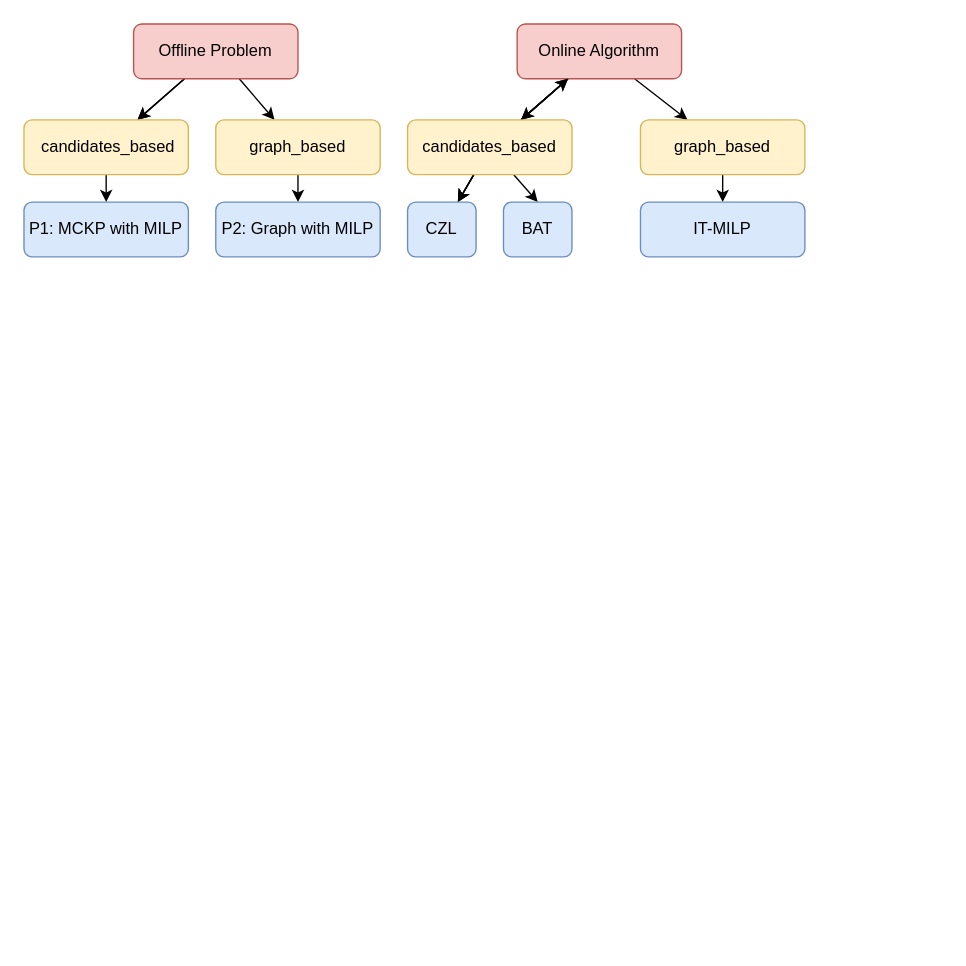
Earlier version of the draw.io diagram structure.drawio (abdohamdy7/competitive-online-algorithms-motion-planning). Source tidied: cells renumbered, new cells numbered last; positions are measured from the earlier drawing's top-left corner, leaving out a move shared by most shapes. Both pictures are drawn from the tidied source at 137%, with x=0, y=0 at pixel (23, 23).
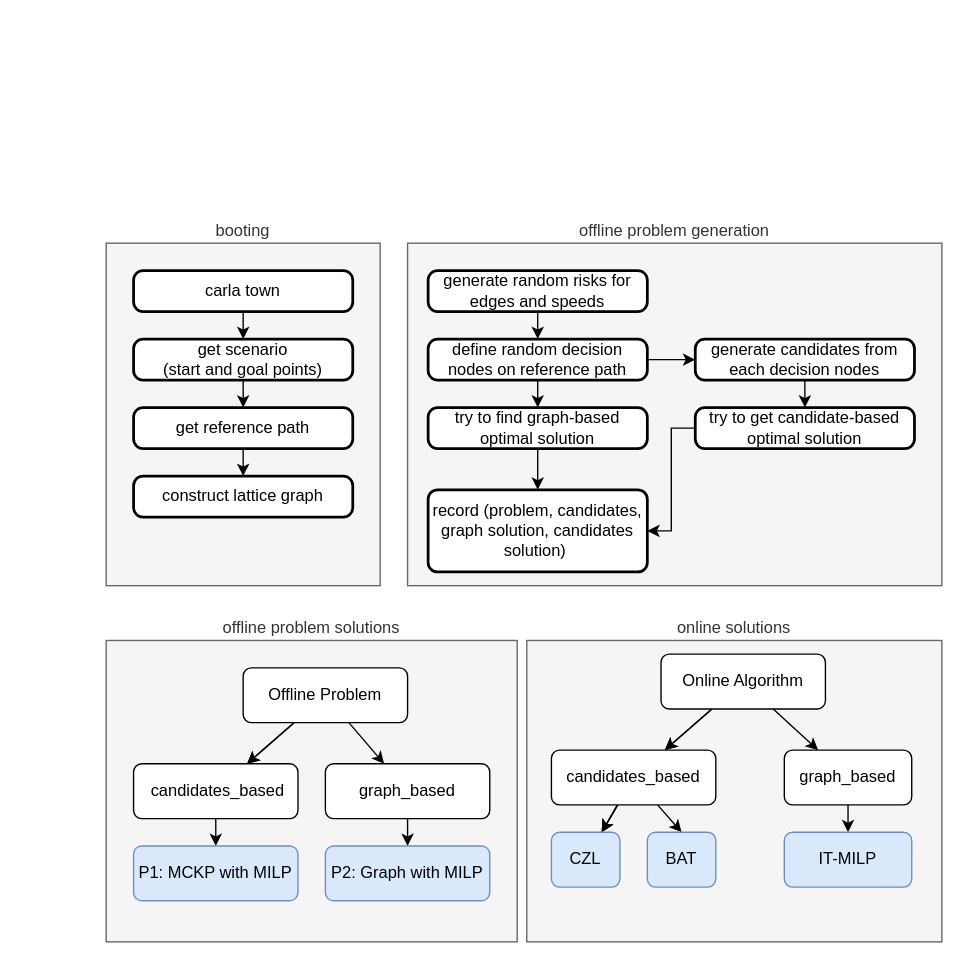
Above is the later version.

The edit, as a diff of the source:
```diff
@@
-    <mxCell id="2" style="edgeStyle=none;html=1;" parent="1" edge="1" source="5" target="7">
-      <mxGeometry relative="1" as="geometry" />
-    </mxCell>
-    <mxCell id="3" style="edgeStyle=none;html=1;" parent="1" edge="1" source="5" target="7">
-      <mxGeometry relative="1" as="geometry" />
-    </mxCell>
-    <mxCell id="4" style="edgeStyle=none;html=1;" parent="1" edge="1" source="5" target="9">
-      <mxGeometry relative="1" as="geometry" />
-    </mxCell>
+    <mxCell id="28" value="booting" style="rounded=0;whiteSpace=wrap;html=1;fillColor=#f5f5f5;strokeColor=#666666;fontColor=#333333;labelPosition=center;verticalLabelPosition=top;align=center;verticalAlign=bottom;" parent="1" vertex="1">
+      <mxGeometry x="60" y="160" width="200" height="250" as="geometry" />
+    </mxCell>
+    <mxCell id="29" style="edgeStyle=none;html=1;entryX=0.5;entryY=0;entryDx=0;entryDy=0;" parent="1" edge="1" source="30" target="32">
+      <mxGeometry relative="1" as="geometry" />
+    </mxCell>
+    <mxCell id="30" value="carla town" style="rounded=1;whiteSpace=wrap;html=1;absoluteArcSize=1;arcSize=14;strokeWidth=2;" parent="1" vertex="1">
+      <mxGeometry x="80" y="180" width="160" height="30" as="geometry" />
+    </mxCell>
+    <mxCell id="31" style="edgeStyle=none;html=1;" parent="1" edge="1" source="32" target="34">
+      <mxGeometry relative="1" as="geometry" />
+    </mxCell>
+    <mxCell id="32" value="get scenario&lt;div&gt;(start and goal points)&lt;/div&gt;" style="rounded=1;whiteSpace=wrap;html=1;absoluteArcSize=1;arcSize=14;strokeWidth=2;" parent="1" vertex="1">
+      <mxGeometry x="80" y="230" width="160" height="30" as="geometry" />
+    </mxCell>
+    <mxCell id="33" style="edgeStyle=none;html=1;" parent="1" edge="1" source="34" target="35">
+      <mxGeometry relative="1" as="geometry" />
+    </mxCell>
+    <mxCell id="34" value="get reference path" style="rounded=1;whiteSpace=wrap;html=1;absoluteArcSize=1;arcSize=14;strokeWidth=2;" parent="1" vertex="1">
+      <mxGeometry x="80" y="280" width="160" height="30" as="geometry" />
+    </mxCell>
+    <mxCell id="35" value="construct lattice graph" style="rounded=1;whiteSpace=wrap;html=1;absoluteArcSize=1;arcSize=14;strokeWidth=2;" parent="1" vertex="1">
+      <mxGeometry x="80" y="330" width="160" height="30" as="geometry" />
+    </mxCell>
+    <mxCell id="36" style="group;" parent="1" vertex="1">
+      <mxGeometry x="60" y="450" width="300" height="220" as="geometry" />
+    </mxCell>
+    <mxCell id="37" value="offline problem solutions" style="rounded=0;whiteSpace=wrap;html=1;fillColor=#f5f5f5;fontColor=#333333;strokeColor=#666666;labelPosition=center;verticalLabelPosition=top;align=center;verticalAlign=bottom;" parent="36" vertex="1">
+      <mxGeometry width="300" height="220" as="geometry" />
+    </mxCell>
+    <mxCell id="38" style="edgeStyle=none;html=1;" parent="36" edge="1" source="5" target="42">
+      <mxGeometry relative="1" as="geometry" />
+    </mxCell>
+    <mxCell id="39" style="edgeStyle=none;html=1;" parent="36" edge="1" source="5" target="42">
+      <mxGeometry relative="1" as="geometry" />
+    </mxCell>
+    <mxCell id="40" style="edgeStyle=none;html=1;" parent="36" edge="1" source="5" target="44">
+      <mxGeometry relative="1" as="geometry" />
+    </mxCell>
-    <mxCell id="5" value="Offline Problem" style="rounded=1;whiteSpace=wrap;html=1;fillColor=#f8cecc;strokeColor=#b85450;" parent="1" vertex="1">
-      <mxGeometry x="80" width="120" height="40" as="geometry" />
+    <mxCell id="5" value="Offline Problem" style="rounded=1;whiteSpace=wrap;html=1;" parent="36" vertex="1">
+      <mxGeometry x="100" y="20" width="120" height="40" as="geometry" />
     </mxCell>
-    <mxCell id="6" style="edgeStyle=none;html=1;" parent="1" edge="1" source="7" target="26">
-      <mxGeometry relative="1" as="geometry" />
-    </mxCell>
-    <mxCell id="7" value="&amp;nbsp;candidates_based" style="rounded=1;whiteSpace=wrap;html=1;fillColor=#fff2cc;strokeColor=#d6b656;" parent="1" vertex="1">
-      <mxGeometry y="70" width="120" height="40" as="geometry" />
-    </mxCell>
-    <mxCell id="8" style="edgeStyle=none;html=1;" parent="1" edge="1" source="9" target="25">
-      <mxGeometry relative="1" as="geometry" />
-    </mxCell>
-    <mxCell id="9" value="graph_based" style="rounded=1;whiteSpace=wrap;html=1;fillColor=#fff2cc;strokeColor=#d6b656;" parent="1" vertex="1">
-      <mxGeometry x="140" y="70" width="120" height="40" as="geometry" />
-    </mxCell>
-    <mxCell id="10" style="edgeStyle=none;html=1;" parent="1" edge="1" source="13" target="20">
-      <mxGeometry relative="1" as="geometry" />
-    </mxCell>
-    <mxCell id="11" style="edgeStyle=none;html=1;" parent="1" edge="1" source="13" target="20">
-      <mxGeometry relative="1" as="geometry" />
-    </mxCell>
-    <mxCell id="12" style="edgeStyle=none;html=1;" parent="1" edge="1" source="13" target="22">
-      <mxGeometry relative="1" as="geometry" />
-    </mxCell>
+    <mxCell id="41" style="edgeStyle=none;html=1;" parent="36" edge="1" source="42" target="26">
+      <mxGeometry relative="1" as="geometry" />
+    </mxCell>
+    <mxCell id="42" value="&amp;nbsp;candidates_based" style="rounded=1;whiteSpace=wrap;html=1;" parent="36" vertex="1">
+      <mxGeometry x="20" y="90" width="120" height="40" as="geometry" />
+    </mxCell>
+    <mxCell id="43" style="edgeStyle=none;html=1;" parent="36" edge="1" source="44" target="25">
+      <mxGeometry relative="1" as="geometry" />
+    </mxCell>
+    <mxCell id="44" value="graph_based" style="rounded=1;whiteSpace=wrap;html=1;" parent="36" vertex="1">
+      <mxGeometry x="160" y="90" width="120" height="40" as="geometry" />
+    </mxCell>
+    <mxCell id="25" value="P2: Graph with MILP" style="rounded=1;whiteSpace=wrap;html=1;fillColor=#dae8fc;strokeColor=#6c8ebf;" parent="36" vertex="1">
+      <mxGeometry x="160" y="150" width="120" height="40" as="geometry" />
+    </mxCell>
+    <mxCell id="26" value="P1: MCKP with MILP" style="rounded=1;whiteSpace=wrap;html=1;fillColor=#dae8fc;strokeColor=#6c8ebf;" parent="36" vertex="1">
+      <mxGeometry x="20" y="150" width="120" height="40" as="geometry" />
+    </mxCell>
+    <mxCell id="45" style="group;" parent="1" vertex="1">
+      <mxGeometry x="367" y="450" width="303" height="220" as="geometry" />
+    </mxCell>
+    <mxCell id="46" value="online solutions" style="rounded=0;whiteSpace=wrap;html=1;fillColor=#f5f5f5;fontColor=#333333;strokeColor=#666666;labelPosition=center;verticalLabelPosition=top;align=center;verticalAlign=bottom;" parent="45" vertex="1">
+      <mxGeometry width="303" height="220" as="geometry" />
+    </mxCell>
+    <mxCell id="47" style="edgeStyle=none;html=1;" parent="45" edge="1" source="13" target="54">
+      <mxGeometry relative="1" as="geometry" />
+    </mxCell>
+    <mxCell id="48" style="edgeStyle=none;html=1;" parent="45" edge="1" source="13" target="54">
+      <mxGeometry relative="1" as="geometry" />
+    </mxCell>
+    <mxCell id="49" style="edgeStyle=none;html=1;" parent="45" edge="1" source="13" target="56">
+      <mxGeometry relative="1" as="geometry" />
+    </mxCell>
-    <mxCell id="13" value="Online Algorithm" style="rounded=1;whiteSpace=wrap;html=1;fillColor=#f8cecc;strokeColor=#b85450;" parent="1" vertex="1">
-      <mxGeometry x="360" width="120" height="40" as="geometry" />
+    <mxCell id="13" value="Online Algorithm" style="rounded=1;whiteSpace=wrap;html=1;" parent="45" vertex="1">
+      <mxGeometry x="98" y="10" width="120" height="40" as="geometry" />
     </mxCell>
-    <mxCell id="14" style="edgeStyle=none;html=1;" parent="1" edge="1" source="20" target="23">
-      <mxGeometry relative="1" as="geometry" />
-    </mxCell>
-    <mxCell id="15" style="edgeStyle=none;html=1;" parent="1" edge="1" source="20" target="23">
-      <mxGeometry relative="1" as="geometry" />
-    </mxCell>
-    <mxCell id="16" style="edgeStyle=none;html=1;" parent="1" edge="1" source="20" target="13">
-      <mxGeometry relative="1" as="geometry" />
-    </mxCell>
-    <mxCell id="17" style="edgeStyle=none;html=1;" parent="1" edge="1" source="20" target="13">
-      <mxGeometry relative="1" as="geometry" />
-    </mxCell>
-    <mxCell id="18" style="edgeStyle=none;html=1;" parent="1" edge="1" source="20" target="23">
-      <mxGeometry relative="1" as="geometry" />
-    </mxCell>
-    <mxCell id="19" style="edgeStyle=none;html=1;entryX=0.5;entryY=0;entryDx=0;entryDy=0;" parent="1" edge="1" source="20" target="24">
-      <mxGeometry relative="1" as="geometry" />
-    </mxCell>
-    <mxCell id="20" value="candidates_based" style="rounded=1;whiteSpace=wrap;html=1;fillColor=#fff2cc;strokeColor=#d6b656;" parent="1" vertex="1">
-      <mxGeometry x="280" y="70" width="120" height="40" as="geometry" />
-    </mxCell>
-    <mxCell id="21" style="edgeStyle=none;html=1;" parent="1" edge="1" source="22" target="27">
-      <mxGeometry relative="1" as="geometry" />
-    </mxCell>
-    <mxCell id="22" value="graph_based" style="rounded=1;whiteSpace=wrap;html=1;fillColor=#fff2cc;strokeColor=#d6b656;" parent="1" vertex="1">
-      <mxGeometry x="450" y="70" width="120" height="40" as="geometry" />
-    </mxCell>
+    <mxCell id="50" style="edgeStyle=none;html=1;" parent="45" edge="1" source="54" target="23">
+      <mxGeometry relative="1" as="geometry" />
+    </mxCell>
+    <mxCell id="51" style="edgeStyle=none;html=1;" parent="45" edge="1" source="54" target="23">
+      <mxGeometry relative="1" as="geometry" />
+    </mxCell>
+    <mxCell id="52" style="edgeStyle=none;html=1;" parent="45" edge="1" source="54" target="23">
+      <mxGeometry relative="1" as="geometry" />
+    </mxCell>
+    <mxCell id="53" style="edgeStyle=none;html=1;entryX=0.5;entryY=0;entryDx=0;entryDy=0;" parent="45" edge="1" source="54" target="24">
+      <mxGeometry relative="1" as="geometry" />
+    </mxCell>
+    <mxCell id="54" value="candidates_based" style="rounded=1;whiteSpace=wrap;html=1;" parent="45" vertex="1">
+      <mxGeometry x="18" y="80" width="120" height="40" as="geometry" />
+    </mxCell>
+    <mxCell id="55" style="edgeStyle=none;html=1;" parent="45" edge="1" source="56" target="27">
+      <mxGeometry relative="1" as="geometry" />
+    </mxCell>
+    <mxCell id="56" value="graph_based" style="rounded=1;whiteSpace=wrap;html=1;" parent="45" vertex="1">
+      <mxGeometry x="188" y="80" width="93" height="40" as="geometry" />
+    </mxCell>
-    <mxCell id="23" value="CZL" style="rounded=1;whiteSpace=wrap;html=1;fillColor=#dae8fc;strokeColor=#6c8ebf;" parent="1" vertex="1">
-      <mxGeometry x="280" y="130" width="50" height="40" as="geometry" />
+    <mxCell id="23" value="CZL" style="rounded=1;whiteSpace=wrap;html=1;fillColor=#dae8fc;strokeColor=#6c8ebf;" parent="45" vertex="1">
+      <mxGeometry x="18" y="140" width="50" height="40" as="geometry" />
     </mxCell>
-    <mxCell id="24" value="BAT" style="rounded=1;whiteSpace=wrap;html=1;fillColor=#dae8fc;strokeColor=#6c8ebf;" parent="1" vertex="1">
-      <mxGeometry x="350" y="130" width="50" height="40" as="geometry" />
+    <mxCell id="24" value="BAT" style="rounded=1;whiteSpace=wrap;html=1;fillColor=#dae8fc;strokeColor=#6c8ebf;" parent="45" vertex="1">
+      <mxGeometry x="88" y="140" width="50" height="40" as="geometry" />
     </mxCell>
-    <mxCell id="25" value="P2: Graph with MILP" style="rounded=1;whiteSpace=wrap;html=1;fillColor=#dae8fc;strokeColor=#6c8ebf;" parent="1" vertex="1">
-      <mxGeometry x="140" y="130" width="120" height="40" as="geometry" />
-    </mxCell>
-    <mxCell id="26" value="P1: MCKP with MILP" style="rounded=1;whiteSpace=wrap;html=1;fillColor=#dae8fc;strokeColor=#6c8ebf;" parent="1" vertex="1">
-      <mxGeometry y="130" width="120" height="40" as="geometry" />
-    </mxCell>
-    <mxCell id="27" value="IT-MILP" style="rounded=1;whiteSpace=wrap;html=1;fillColor=#dae8fc;strokeColor=#6c8ebf;" parent="1" vertex="1">
-      <mxGeometry x="450" y="130" width="120" height="40" as="geometry" />
+    <mxCell id="27" value="IT-MILP" style="rounded=1;whiteSpace=wrap;html=1;fillColor=#dae8fc;strokeColor=#6c8ebf;" parent="45" vertex="1">
+      <mxGeometry x="188" y="140" width="93" height="40" as="geometry" />
     </mxCell>
+    <mxCell id="57" style="group;" parent="1" vertex="1">
+      <mxGeometry x="280" y="160" width="390" height="250" as="geometry" />
+    </mxCell>
+    <mxCell id="58" value="offline problem generation" style="rounded=0;whiteSpace=wrap;html=1;fillColor=#f5f5f5;strokeColor=#666666;fontColor=#333333;labelPosition=center;verticalLabelPosition=top;align=center;verticalAlign=bottom;" parent="57" vertex="1">
+      <mxGeometry width="390" height="250" as="geometry" />
+    </mxCell>
+    <mxCell id="59" style="edgeStyle=none;html=1;" parent="57" edge="1" source="60" target="63">
+      <mxGeometry relative="1" as="geometry" />
+    </mxCell>
+    <mxCell id="60" value="generate random risks for edges and speeds" style="rounded=1;whiteSpace=wrap;html=1;absoluteArcSize=1;arcSize=14;strokeWidth=2;" parent="57" vertex="1">
+      <mxGeometry x="15" y="20" width="160" height="30" as="geometry" />
+    </mxCell>
+    <mxCell id="61" style="edgeStyle=none;html=1;" parent="57" edge="1" source="63" target="65">
+      <mxGeometry relative="1" as="geometry" />
+    </mxCell>
+    <mxCell id="62" style="edgeStyle=none;html=1;" parent="57" edge="1" source="63" target="67">
+      <mxGeometry relative="1" as="geometry" />
+    </mxCell>
+    <mxCell id="63" value="define random decision nodes on reference path" style="rounded=1;whiteSpace=wrap;html=1;absoluteArcSize=1;arcSize=14;strokeWidth=2;" parent="57" vertex="1">
+      <mxGeometry x="15" y="70" width="160" height="30" as="geometry" />
+    </mxCell>
+    <mxCell id="64" style="edgeStyle=none;html=1;" parent="57" edge="1" source="65" target="70">
+      <mxGeometry relative="1" as="geometry" />
+    </mxCell>
+    <mxCell id="65" value="try to find graph-based optimal solution" style="rounded=1;whiteSpace=wrap;html=1;absoluteArcSize=1;arcSize=14;strokeWidth=2;" parent="57" vertex="1">
+      <mxGeometry x="15" y="120" width="160" height="30" as="geometry" />
+    </mxCell>
+    <mxCell id="66" style="edgeStyle=none;html=1;" parent="57" edge="1" source="67" target="69">
+      <mxGeometry relative="1" as="geometry" />
+    </mxCell>
+    <mxCell id="67" value="generate candidates from each decision nodes" style="rounded=1;whiteSpace=wrap;html=1;absoluteArcSize=1;arcSize=14;strokeWidth=2;" parent="57" vertex="1">
+      <mxGeometry x="210" y="70" width="160" height="30" as="geometry" />
+    </mxCell>
+    <mxCell id="68" style="edgeStyle=orthogonalEdgeStyle;html=1;entryX=1;entryY=0.5;entryDx=0;entryDy=0;rounded=0;" parent="57" edge="1" source="69" target="70">
+      <mxGeometry relative="1" as="geometry" />
+    </mxCell>
+    <mxCell id="69" value="try to get candidate-based optimal solution" style="rounded=1;whiteSpace=wrap;html=1;absoluteArcSize=1;arcSize=14;strokeWidth=2;" parent="57" vertex="1">
+      <mxGeometry x="210" y="120" width="160" height="30" as="geometry" />
+    </mxCell>
+    <mxCell id="70" value="record (problem, candidates, graph solution, candidates solution)&amp;nbsp;" style="rounded=1;whiteSpace=wrap;html=1;absoluteArcSize=1;arcSize=14;strokeWidth=2;" parent="57" vertex="1">
+      <mxGeometry x="15" y="180" width="160" height="60" as="geometry" />
+    </mxCell>
```
